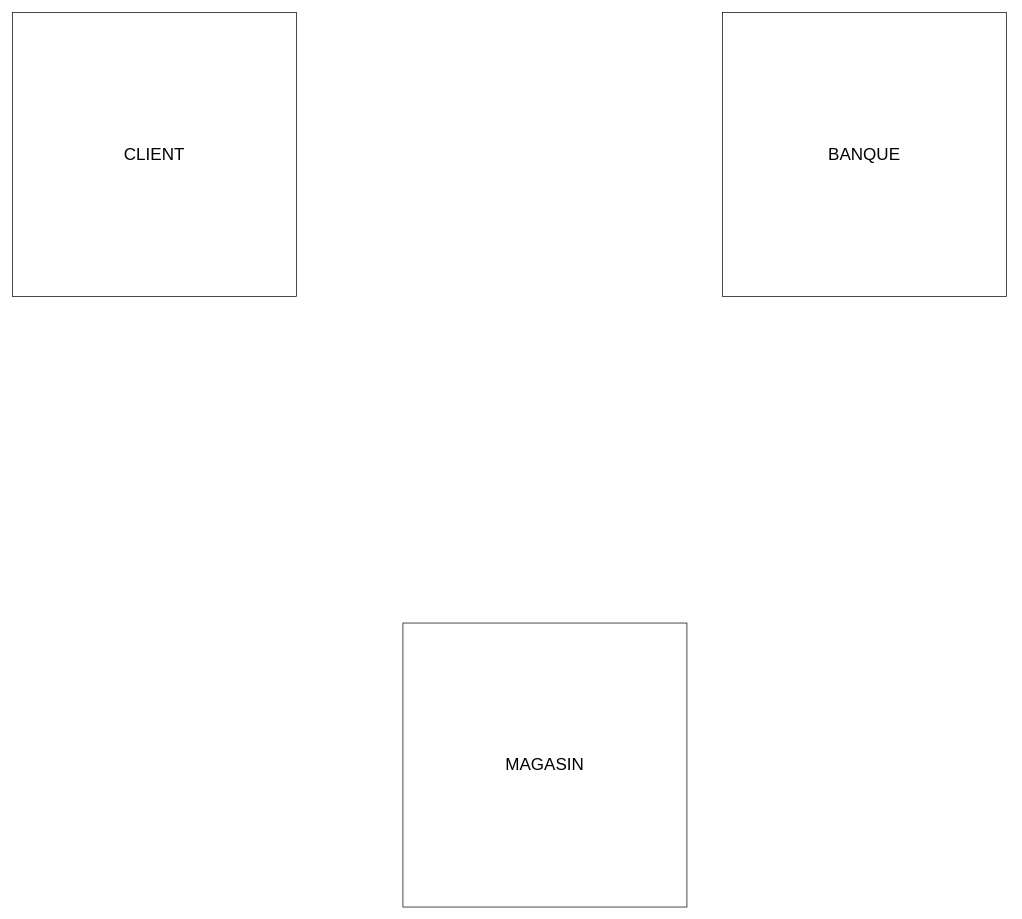
Before: Diagramme_projet.drawio in anthony-gouat/Projet_RMI_2021, a draw.io diagram. Source tidied: cells renumbered, new cells numbered last; positions are measured from the earlier drawing's top-left corner, leaving out a move shared by most shapes. Both pictures are drawn from the tidied source at 71%, with x=0, y=0 at pixel (12, 12).
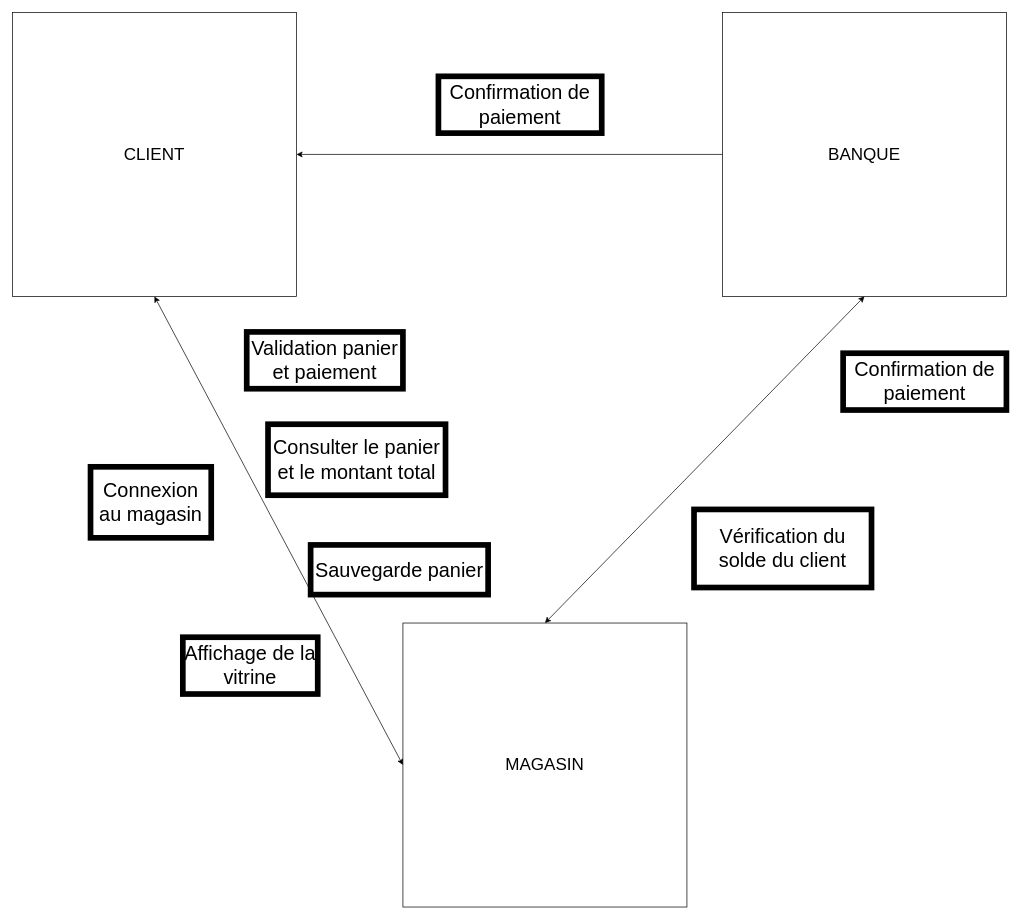
The same diagram, later.

What changed in the source:
```diff
@@
 <mxGraphModel>
   <root>
     <mxCell id="0" />
     <mxCell id="1" parent="0" />
     <mxCell id="2" value="&lt;font style=&quot;font-size: 24px&quot;&gt;CLIENT&lt;/font&gt;" style="whiteSpace=wrap;html=1;" parent="1" vertex="1">
       <mxGeometry width="400" height="400" as="geometry" />
     </mxCell>
     <mxCell id="3" value="&lt;font style=&quot;font-size: 24px&quot;&gt;BANQUE&lt;/font&gt;" style="whiteSpace=wrap;html=1;" parent="1" vertex="1">
       <mxGeometry x="1000" width="400" height="400" as="geometry" />
     </mxCell>
     <mxCell id="4" value="&lt;font style=&quot;font-size: 24px&quot;&gt;MAGASIN&lt;/font&gt;" style="whiteSpace=wrap;html=1;" parent="1" vertex="1">
       <mxGeometry x="550" y="860" width="400" height="400" as="geometry" />
     </mxCell>
+    <mxCell id="5" style="endArrow=classic;startArrow=classic;html=1;rounded=0;entryX=0;entryY=0.5;entryDx=0;entryDy=0;exitX=0.5;exitY=1;exitDx=0;exitDy=0;" parent="1" edge="1" source="2" target="4">
+      <mxGeometry relative="1" as="geometry" />
+    </mxCell>
+    <mxCell id="6" style="endArrow=classic;startArrow=classic;html=1;rounded=0;entryX=0.5;entryY=1;entryDx=0;entryDy=0;exitX=0.5;exitY=0;exitDx=0;exitDy=0;" parent="1" edge="1" source="4" target="3">
+      <mxGeometry relative="1" as="geometry" />
+    </mxCell>
+    <mxCell id="7" value="&lt;font style=&quot;font-size: 28px&quot;&gt;Connexion au magasin&lt;/font&gt;" style="rounded=0;whiteSpace=wrap;html=1;strokeWidth=8;" parent="1" vertex="1">
+      <mxGeometry x="110" y="640" width="170" height="100" as="geometry" />
+    </mxCell>
+    <mxCell id="8" value="Confirmation de paiement" style="rounded=0;whiteSpace=wrap;html=1;fontSize=28;strokeWidth=8;" parent="1" vertex="1">
+      <mxGeometry x="1170" y="480" width="230" height="80" as="geometry" />
+    </mxCell>
+    <mxCell id="9" value="Affichage de la vitrine" style="rounded=0;whiteSpace=wrap;html=1;fontSize=28;strokeWidth=8;" parent="1" vertex="1">
+      <mxGeometry x="240" y="880" width="190" height="80" as="geometry" />
+    </mxCell>
+    <mxCell id="10" style="endArrow=classic;html=1;rounded=0;fontSize=28;entryX=1;entryY=0.5;entryDx=0;entryDy=0;exitX=0;exitY=0.5;exitDx=0;exitDy=0;" parent="1" edge="1" source="3" target="2">
+      <mxGeometry relative="1" as="geometry" />
+    </mxCell>
+    <mxCell id="11" value="Confirmation de paiement" style="rounded=0;whiteSpace=wrap;html=1;fontSize=28;strokeWidth=8;" parent="1" vertex="1">
+      <mxGeometry x="600" y="90" width="230" height="80" as="geometry" />
+    </mxCell>
+    <mxCell id="12" value="Vérification du solde du client" style="rounded=0;whiteSpace=wrap;html=1;fontSize=28;strokeWidth=8;" parent="1" vertex="1">
+      <mxGeometry x="960" y="700" width="250" height="110" as="geometry" />
+    </mxCell>
+    <mxCell id="13" value="Sauvegarde panier" style="rounded=0;whiteSpace=wrap;html=1;fontSize=28;strokeWidth=8;" parent="1" vertex="1">
+      <mxGeometry x="420" y="750" width="250" height="70" as="geometry" />
+    </mxCell>
+    <mxCell id="14" value="Consulter le panier et le montant total" style="rounded=0;whiteSpace=wrap;html=1;fontSize=28;strokeWidth=8;" parent="1" vertex="1">
+      <mxGeometry x="360" y="580" width="250" height="100" as="geometry" />
+    </mxCell>
+    <mxCell id="15" value="Validation panier et paiement" style="rounded=0;whiteSpace=wrap;html=1;fontSize=28;strokeWidth=8;" parent="1" vertex="1">
+      <mxGeometry x="330" y="450" width="220" height="80" as="geometry" />
+    </mxCell>
   </root>
 </mxGraphModel>
```
